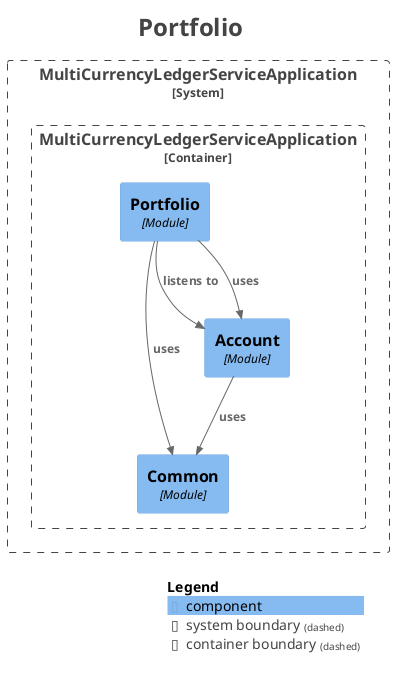
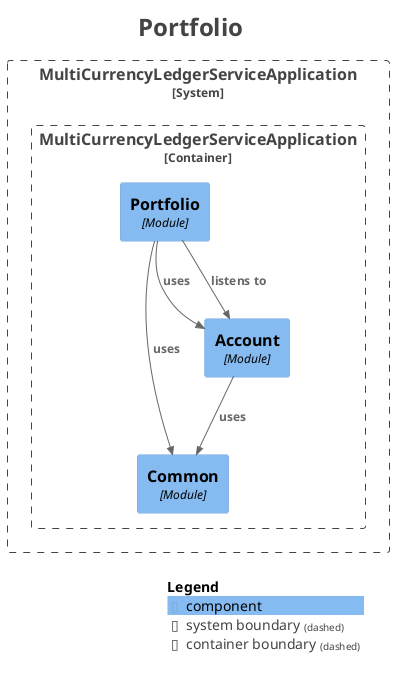
@startuml
title <size:24>Portfolio</size>

set separator none
top to bottom direction

<style>
  root {
    BackgroundColor: #ffffff
    FontColor: #444444
  }
</style>

!include <C4/C4>
!include <C4/C4_Context>
!include <C4/C4_Component>

System_Boundary("MultiCurrencyLedgerServiceApplication_boundary", "MultiCurrencyLedgerServiceApplication", $tags="") {
  Container_Boundary("MultiCurrencyLedgerServiceApplication.MultiCurrencyLedgerServiceApplication_boundary", "MultiCurrencyLedgerServiceApplication", $tags="") {
    Component(MultiCurrencyLedgerServiceApplication.MultiCurrencyLedgerServiceApplication.Common, "Common", $techn="Module", $descr="", $tags="", $link="")
    Component(MultiCurrencyLedgerServiceApplication.MultiCurrencyLedgerServiceApplication.Account, "Account", $techn="Module", $descr="", $tags="", $link="")
    Component(MultiCurrencyLedgerServiceApplication.MultiCurrencyLedgerServiceApplication.Portfolio, "Portfolio", $techn="Module", $descr="", $tags="", $link="")
  }

}

- Rel(MultiCurrencyLedgerServiceApplication.MultiCurrencyLedgerServiceApplication.Portfolio, MultiCurrencyLedgerServiceApplication.MultiCurrencyLedgerServiceApplication.Account, "listens to", $techn="", $tags="", $link="")
Rel(MultiCurrencyLedgerServiceApplication.MultiCurrencyLedgerServiceApplication.Portfolio, MultiCurrencyLedgerServiceApplication.MultiCurrencyLedgerServiceApplication.Common, "uses", $techn="", $tags="", $link="")
Rel(MultiCurrencyLedgerServiceApplication.MultiCurrencyLedgerServiceApplication.Portfolio, MultiCurrencyLedgerServiceApplication.MultiCurrencyLedgerServiceApplication.Account, "uses", $techn="", $tags="", $link="")
Rel(MultiCurrencyLedgerServiceApplication.MultiCurrencyLedgerServiceApplication.Account, MultiCurrencyLedgerServiceApplication.MultiCurrencyLedgerServiceApplication.Common, "uses", $techn="", $tags="", $link="")
+ Rel(MultiCurrencyLedgerServiceApplication.MultiCurrencyLedgerServiceApplication.Portfolio, MultiCurrencyLedgerServiceApplication.MultiCurrencyLedgerServiceApplication.Account, "listens to", $techn="", $tags="", $link="")

SHOW_LEGEND(true)
hide stereotypes
@enduml